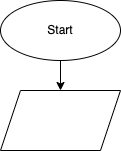
belkst/verification_work_c keeps this draw.io diagram as diagram.drawio.png. Above is the earlier version. Source tidied: cells renumbered, new cells last; positions are measured from the earlier drawing's top-left corner, leaving out a move shared by most shapes.
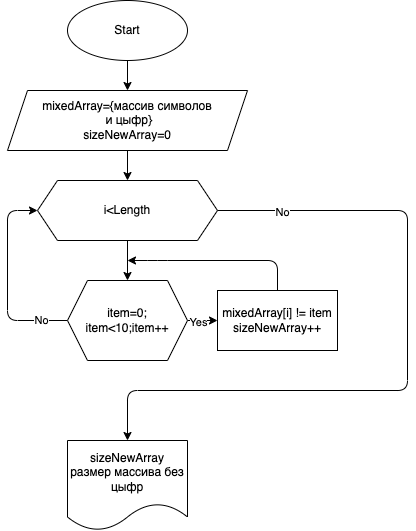
Above is the later version.

Diff of the diagram source:
```diff
@@ -8,8 +8,75 @@
     <mxCell id="3" value="Start" style="ellipse;whiteSpace=wrap;html=1;" parent="1" vertex="1">
       <mxGeometry width="120" height="60" as="geometry" />
     </mxCell>
+    <mxCell id="5" style="edgeStyle=none;html=1;" parent="1" edge="1" source="4" target="10">
+      <mxGeometry relative="1" as="geometry" />
+    </mxCell>
-    <mxCell id="4" style="shape=parallelogram;perimeter=parallelogramPerimeter;whiteSpace=wrap;html=1;fixedSize=1;" parent="1" vertex="1">
-      <mxGeometry y="90" width="120" height="60" as="geometry" />
+    <mxCell id="4" value="mixedArray={массив символов&lt;br&gt;&amp;nbsp;и цыфр}&lt;br&gt;sizeNewArray=0" style="shape=parallelogram;perimeter=parallelogramPerimeter;whiteSpace=wrap;html=1;fixedSize=1;" parent="1" vertex="1">
+      <mxGeometry x="-60" y="90" width="240" height="60" as="geometry" />
     </mxCell>
+    <mxCell id="6" style="edgeStyle=none;html=1;" parent="1" edge="1" source="10" target="15">
+      <mxGeometry relative="1" as="geometry" />
+    </mxCell>
+    <mxCell id="7" style="edgeStyle=none;html=1;" parent="1" edge="1">
+      <mxGeometry relative="1" as="geometry">
+        <mxPoint x="150" y="210" as="sourcePoint" />
+        <mxPoint x="130" y="210" as="targetPoint" />
+      </mxGeometry>
+    </mxCell>
+    <mxCell id="8" style="edgeStyle=none;html=1;" parent="1" edge="1" source="10">
+      <mxGeometry relative="1" as="geometry">
+        <mxPoint x="60" y="440" as="targetPoint" />
+        <Array as="points">
+          <mxPoint x="340" y="210" />
+          <mxPoint x="340" y="390" />
+          <mxPoint x="60" y="390" />
+        </Array>
+      </mxGeometry>
+    </mxCell>
+    <mxCell id="9" value="No" style="edgeLabel;html=1;align=center;verticalAlign=middle;" parent="8" vertex="1">
+      <mxGeometry x="-0.82" relative="1" as="geometry">
+        <mxPoint y="1" as="offset" />
+      </mxGeometry>
+    </mxCell>
+    <mxCell id="10" value="i&amp;lt;Length" style="shape=hexagon;perimeter=hexagonPerimeter2;whiteSpace=wrap;html=1;fixedSize=1;" parent="1" vertex="1">
+      <mxGeometry x="-30" y="180" width="180" height="60" as="geometry" />
+    </mxCell>
+    <mxCell id="11" style="edgeStyle=none;html=1;" parent="1" edge="1" source="15" target="17">
+      <mxGeometry relative="1" as="geometry" />
+    </mxCell>
+    <mxCell id="12" value="Yes" style="edgeLabel;html=1;align=center;verticalAlign=middle;" parent="11" vertex="1">
+      <mxGeometry x="-0.33" relative="1" as="geometry">
+        <mxPoint y="1" as="offset" />
+      </mxGeometry>
+    </mxCell>
+    <mxCell id="13" style="edgeStyle=none;html=1;entryX=0;entryY=0.5;entryDx=0;entryDy=0;" parent="1" edge="1" source="15" target="10">
+      <mxGeometry relative="1" as="geometry">
+        <Array as="points">
+          <mxPoint x="-60" y="320" />
+          <mxPoint x="-60" y="210" />
+        </Array>
+      </mxGeometry>
+    </mxCell>
+    <mxCell id="14" value="No" style="edgeLabel;html=1;align=center;verticalAlign=middle;" parent="13" vertex="1">
+      <mxGeometry x="-0.73" y="-1" relative="1" as="geometry" />
+    </mxCell>
+    <mxCell id="15" value="item=0; item&amp;lt;10;item++" style="shape=hexagon;perimeter=hexagonPerimeter2;whiteSpace=wrap;html=1;fixedSize=1;" parent="1" vertex="1">
+      <mxGeometry y="280" width="120" height="80" as="geometry" />
+    </mxCell>
+    <mxCell id="16" style="edgeStyle=none;html=1;" parent="1" edge="1" source="17">
+      <mxGeometry relative="1" as="geometry">
+        <mxPoint x="60" y="260" as="targetPoint" />
+        <Array as="points">
+          <mxPoint x="210" y="260" />
+          <mxPoint x="90" y="260" />
+        </Array>
+      </mxGeometry>
+    </mxCell>
+    <mxCell id="17" value="mixedArray[i] != item&lt;br&gt;sizeNewArray++" style="whiteSpace=wrap;html=1;" parent="1" vertex="1">
+      <mxGeometry x="150" y="290" width="120" height="60" as="geometry" />
+    </mxCell>
+    <mxCell id="18" value="&lt;span&gt;sizeNewArray&lt;br&gt;размер массива без цыфр&lt;br&gt;&lt;/span&gt;" style="shape=document;whiteSpace=wrap;html=1;boundedLbl=1;" parent="1" vertex="1">
+      <mxGeometry y="440" width="120" height="90" as="geometry" />
+    </mxCell>
   </root>
 </mxGraphModel>
```
